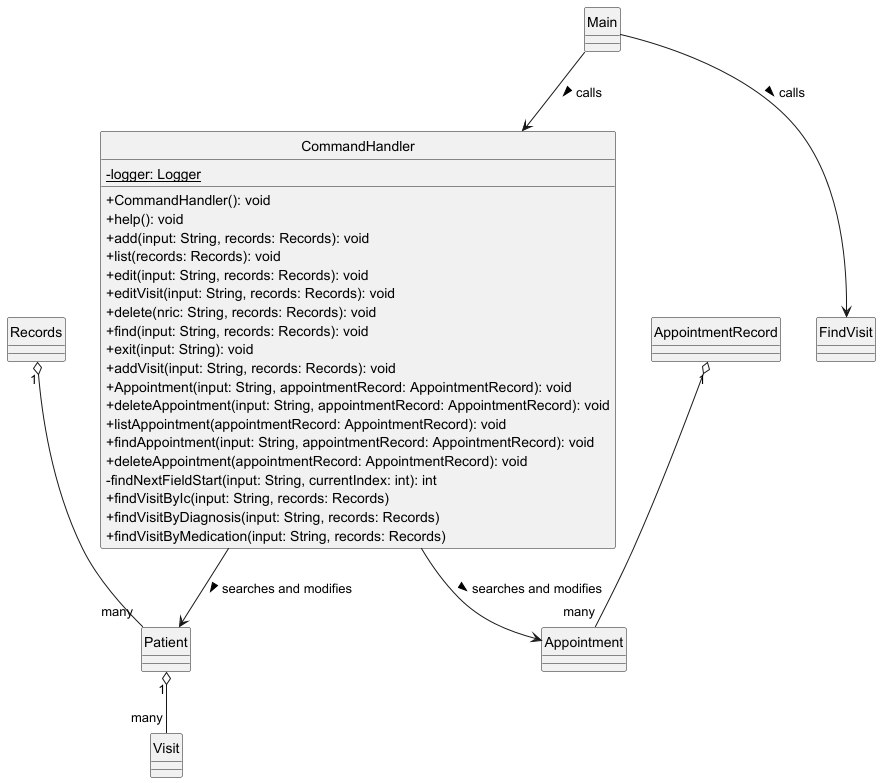
This is docs/CommandHandler.png from yentheng0110/tp, a PlantUML export, as it was before one commit.
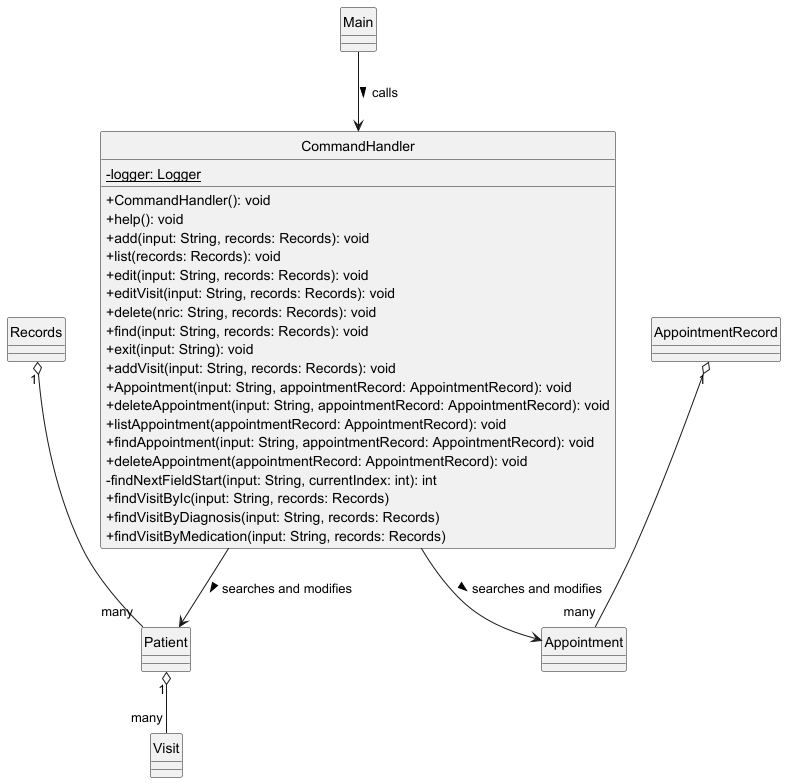
Later version of the same file.

Change to the diagram source:
```diff
@@ -43,7 +43,6 @@
 CommandHandler --> Appointment : searches and modifies >
 AppointmentRecord "1" o-- "many" Appointment
 Main --> CommandHandler : calls >
-Main --> FindVisit : calls >
 CommandHandler --> Patient : searches and modifies >
 Records "1" o-- "many" Patient
 Patient "1" o-- "many" Visit
```
